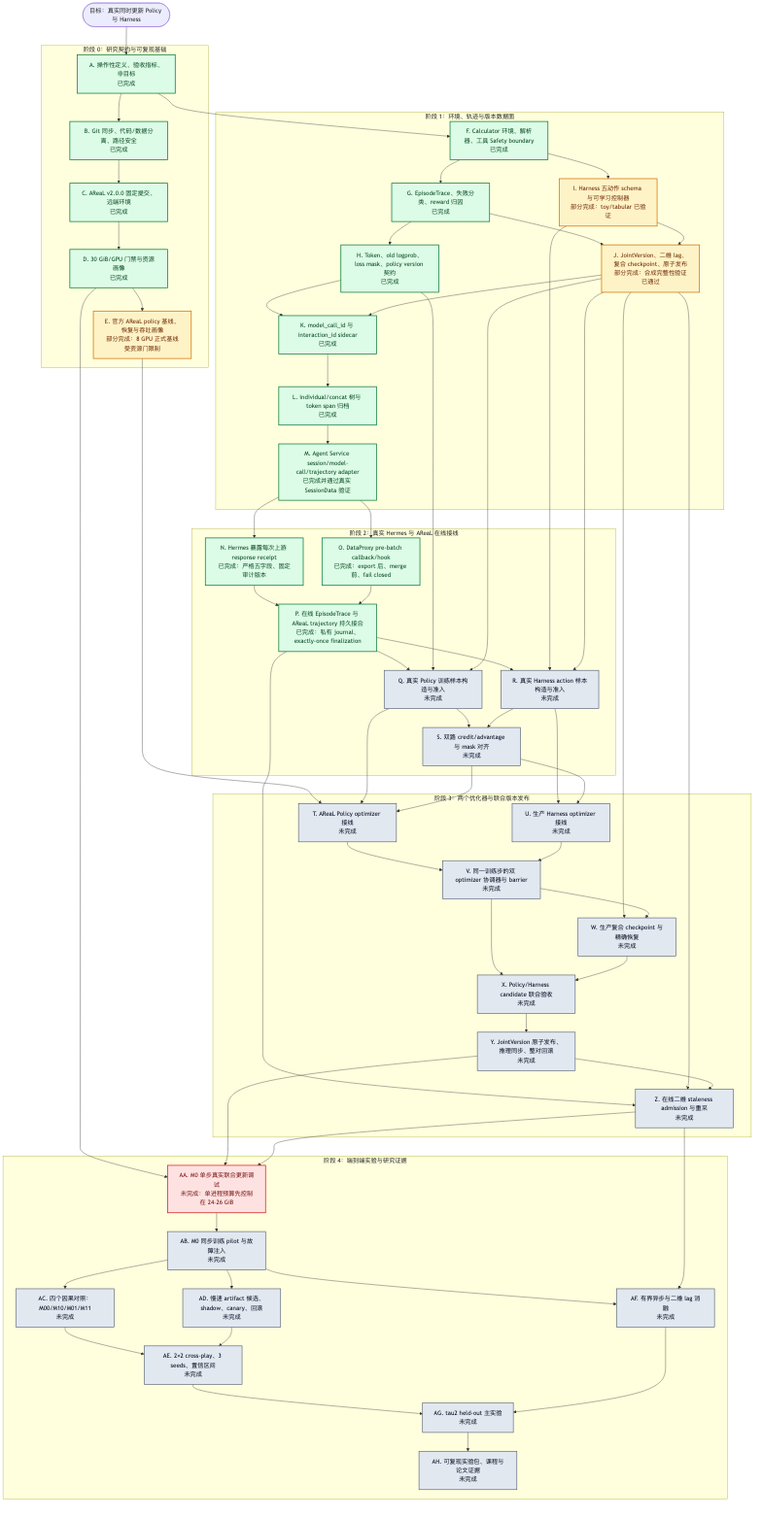
This is figures/project-completion-dag.png from CRhapsody/Agentic-RL-Harness-AReaL, a Mermaid export, as it was before one commit. Its source is kept beside it as figures/project-completion-dag.mmd.
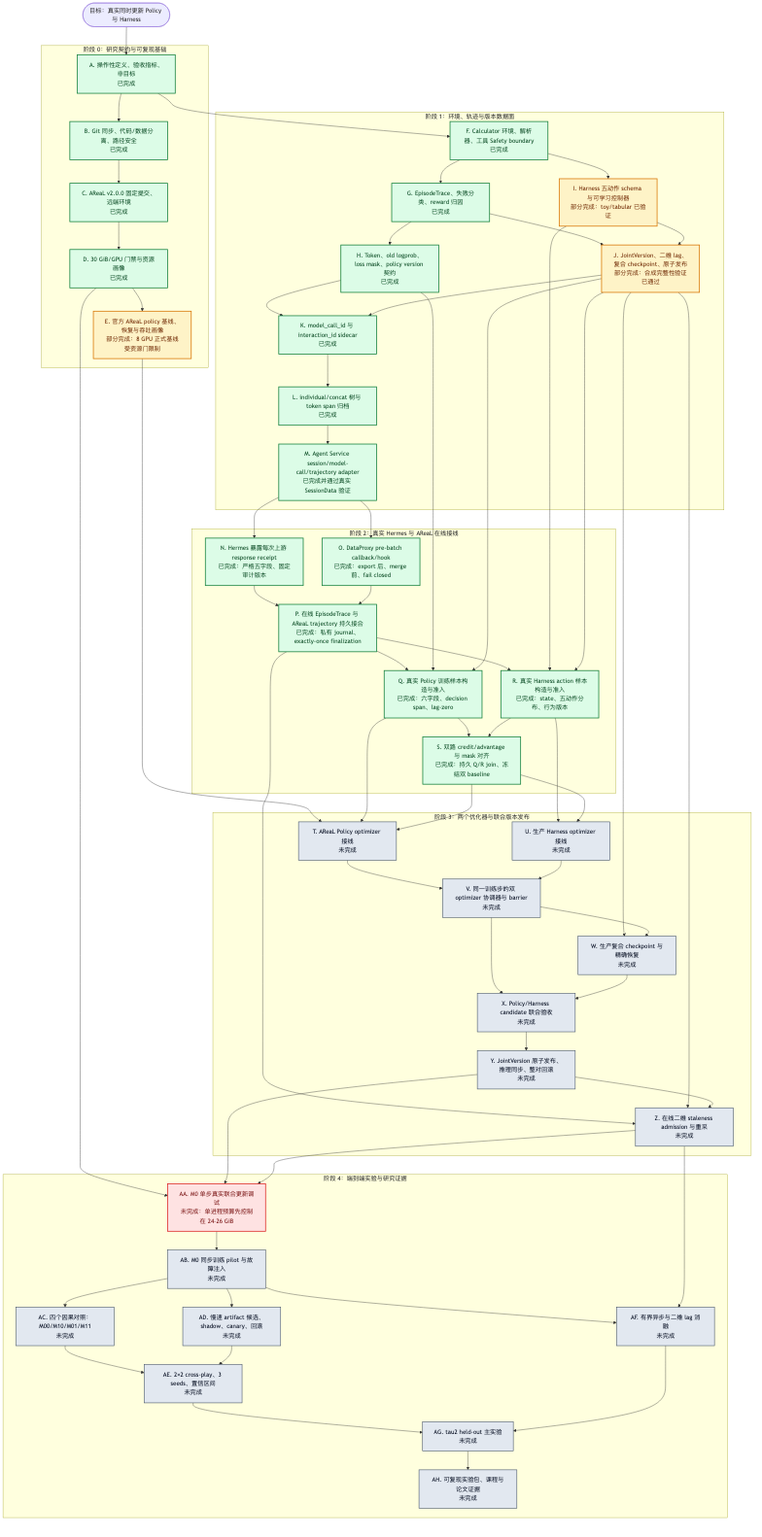
The same diagram one commit later.

Change to the diagram source:
```diff
@@ -24,9 +24,9 @@
         N["N. Hermes 暴露每次上游 response receipt<br/>已完成：严格五字段、固定审计版本"]
         O["O. DataProxy pre-batch callback/hook<br/>已完成：export 后、merge 前、fail closed"]
         P["P. 在线 EpisodeTrace 与 AReaL trajectory 持久接合<br/>已完成：私有 journal、exactly-once finalization"]
-        Q["Q. 真实 Policy 训练样本构造与准入<br/>未完成"]
-        R["R. 真实 Harness action 样本构造与准入<br/>未完成"]
-        S["S. 双路 credit/advantage 与 mask 对齐<br/>未完成"]
+        Q["Q. 真实 Policy 训练样本构造与准入<br/>已完成：六字段、decision span、lag-zero"]
+        R["R. 真实 Harness action 样本构造与准入<br/>已完成：state、五动作分布、行为版本"]
+        S["S. 双路 credit/advantage 与 mask 对齐<br/>已完成：持久 Q/R join、冻结双 baseline"]
     end
 
     subgraph P3["阶段 3：两个优化器与联合版本发布"]
@@ -110,9 +110,9 @@
     AF --> AG
     AG --> AH
 
-    class A,B,C,D,F,G,H,K,L,M,N,O,P done
+    class A,B,C,D,F,G,H,K,L,M,N,O,P,Q,R,S done
     class E,I,J partial
-    class Q,R,S,T,U,V,W,X,Y,Z,AB,AC,AD,AE,AF,AG,AH todo
+    class T,U,V,W,X,Y,Z,AB,AC,AD,AE,AF,AG,AH todo
     class AA blocked
 
     classDef done fill:#dcfce7,stroke:#15803d,color:#14532d,stroke-width:2px
```
